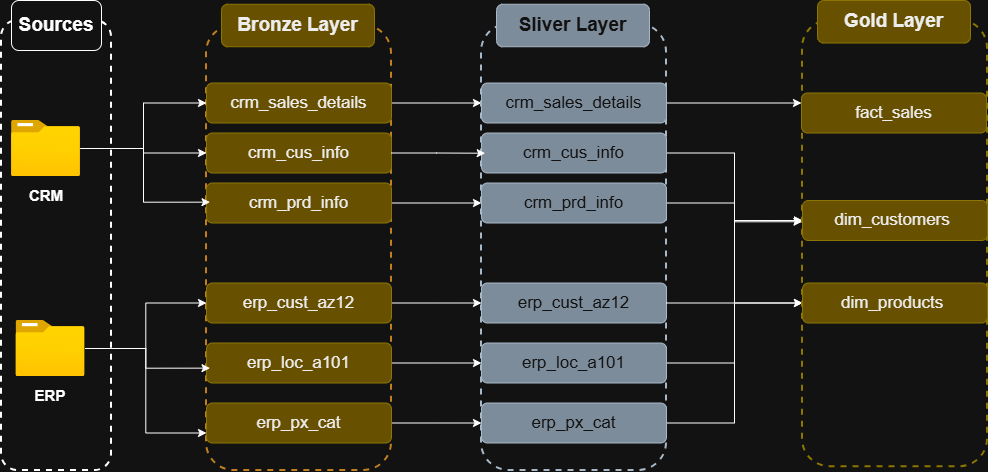
Before: docs/data flow.drawio.png, a diagram exported from draw.io (amalelsayeh20/sql-data-warehouse-project). Source tidied: cells renumbered, new cells last; positions are measured from the earlier drawing's top-left corner, leaving out a move shared by most shapes. Its diagram source:
```xml
<mxGraphModel>
  <root>
    <mxCell id="0" />
    <mxCell id="1" parent="0" />
    <mxCell id="2" value="&lt;div&gt;&lt;span style=&quot;color: rgba(0, 0, 0, 0); font-family: monospace; font-size: 0px; text-align: start; white-space: nowrap;&quot;&gt;%3CmxGraphModel%3E%3Croot%3E%3CmxCell%20id%3D%220%22%2F%3E%3CmxCell%20id%3D%221%22%20parent%3D%220%22%2F%3E%3CmxCell%20id%3D%222%22%20parent%3D%221%22%20style%3D%22image%3Baspect%3Dfixed%3Bhtml%3D1%3Bpoints%3D%5B%5D%3Balign%3Dcenter%3BfontSize%3D12%3Bimage%3Dimg%2Flib%2Fazure2%2Fgeneral%2FFolder_Blank.svg%3B%22%20value%3D%22%22%20vertex%3D%221%22%3E%3CmxGeometry%20height%3D%2256.00000000000001%22%20width%3D%2269%22%20x%3D%2285.5%22%20y%3D%22230%22%20as%3D%22geometry%22%2F%3E%3C%2FmxCell%3E%3CmxCell%20id%3D%223%22%20parent%3D%221%22%20style%3D%22text%3Bhtml%3D1%3BwhiteSpace%3Dwrap%3BstrokeColor%3Dnone%3BfillColor%3Dnone%3Balign%3Dcenter%3BverticalAlign%3Dmiddle%3Brounded%3D0%3B%22%20value%3D%22%26lt%3Bb%26gt%3B%26lt%3Bfont%20style%3D%26quot%3Bfont-size%3A%2015px%3B%26quot%3B%26gt%3BCRM%26lt%3B%2Ffont%26gt%3B%26lt%3B%2Fb%26gt%3B%22%20vertex%3D%221%22%3E%3CmxGeometry%20height%3D%2230%22%20width%3D%2260%22%20x%3D%2290%22%20y%3D%22290%22%20as%3D%22geometry%22%2F%3E%3C%2FmxCell%3E%3C%2Froot%3E%3C%2FmxGraphModel%3E&lt;/span&gt;&lt;b&gt;&lt;font style=&quot;font-size: 17px;&quot;&gt;&lt;/font&gt;&lt;/b&gt;&lt;/div&gt;" style="rounded=1;whiteSpace=wrap;html=1;fillColor=none;strokeWidth=2;dashed=1;" parent="1" vertex="1">
      <mxGeometry y="20" width="110" height="450" as="geometry" />
    </mxCell>
    <mxCell id="3" style="rounded=1;whiteSpace=wrap;html=1;fillColor=none;strokeWidth=2;dashed=1;fontColor=#000000;strokeColor=#BD7000;" parent="1" vertex="1">
      <mxGeometry x="205" y="25" width="185" height="445" as="geometry" />
    </mxCell>
    <mxCell id="4" value="&lt;font style=&quot;font-size: 19px;&quot;&gt;&lt;b style=&quot;&quot;&gt;Sources&lt;/b&gt;&lt;/font&gt;" style="rounded=1;whiteSpace=wrap;html=1;" parent="1" vertex="1">
      <mxGeometry x="10" width="90" height="50" as="geometry" />
    </mxCell>
    <mxCell id="5" style="edgeStyle=orthogonalEdgeStyle;rounded=0;jettySize=auto;html=1;" parent="1" edge="1" source="7" target="17">
      <mxGeometry relative="1" as="geometry" />
    </mxCell>
    <mxCell id="6" style="edgeStyle=orthogonalEdgeStyle;rounded=0;jettySize=auto;html=1;" parent="1" edge="1" source="7" target="15">
      <mxGeometry relative="1" as="geometry" />
    </mxCell>
    <mxCell id="7" style="image;html=1;points=[];align=center;fontSize=12;image=img/lib/azure2/general/Folder_Blank.svg;" parent="1" vertex="1">
      <mxGeometry x="10" y="120" width="69" height="56" as="geometry" />
    </mxCell>
    <mxCell id="8" value="&lt;b&gt;&lt;font style=&quot;font-size: 15px;&quot;&gt;CRM&lt;/font&gt;&lt;/b&gt;" style="text;html=1;whiteSpace=wrap;strokeColor=none;fillColor=none;align=center;verticalAlign=middle;rounded=0;" parent="1" vertex="1">
      <mxGeometry x="14.5" y="180" width="60" height="30" as="geometry" />
    </mxCell>
    <mxCell id="9" style="edgeStyle=orthogonalEdgeStyle;rounded=0;jettySize=auto;html=1;" parent="1" edge="1" source="11" target="21">
      <mxGeometry relative="1" as="geometry" />
    </mxCell>
    <mxCell id="10" style="edgeStyle=orthogonalEdgeStyle;rounded=0;jettySize=auto;html=1;entryX=0;entryY=0.75;entryDx=0;entryDy=0;" parent="1" edge="1" source="11" target="25">
      <mxGeometry relative="1" as="geometry" />
    </mxCell>
    <mxCell id="11" style="image;html=1;points=[];align=center;fontSize=12;image=img/lib/azure2/general/Folder_Blank.svg;" parent="1" vertex="1">
      <mxGeometry x="14.5" y="320" width="69" height="56" as="geometry" />
    </mxCell>
    <mxCell id="12" value="&lt;span style=&quot;font-size: 15px;&quot;&gt;&lt;b&gt;ERP&lt;/b&gt;&lt;/span&gt;" style="text;html=1;whiteSpace=wrap;strokeColor=none;fillColor=none;align=center;verticalAlign=middle;rounded=0;" parent="1" vertex="1">
      <mxGeometry x="19" y="380" width="60" height="30" as="geometry" />
    </mxCell>
    <mxCell id="13" style="edgeStyle=orthogonalEdgeStyle;rounded=0;orthogonalLoop=1;jettySize=auto;html=1;exitX=0.5;exitY=1;exitDx=0;exitDy=0;" parent="1" edge="1" source="12" target="12">
      <mxGeometry relative="1" as="geometry" />
    </mxCell>
    <mxCell id="14" value="&lt;font style=&quot;font-size: 19px;&quot;&gt;&lt;b&gt;Bronze Layer&lt;/b&gt;&lt;/font&gt;" style="rounded=1;whiteSpace=wrap;html=1;fillColor=#e3c800;strokeColor=#B09500;fontColor=#000000;" parent="1" vertex="1">
      <mxGeometry x="220" y="3.8" width="153" height="42.5" as="geometry" />
    </mxCell>
    <mxCell id="15" value="&lt;span style=&quot;font-size: 17px;&quot;&gt;crm_cus_info&lt;/span&gt;" style="rounded=1;whiteSpace=wrap;html=1;fillColor=#e3c800;strokeColor=#B09500;fontColor=#000000;" parent="1" vertex="1">
      <mxGeometry x="205" y="132.5" width="185" height="40" as="geometry" />
    </mxCell>
    <mxCell id="16" style="edgeStyle=orthogonalEdgeStyle;rounded=0;jettySize=auto;html=1;exitX=1;exitY=0.5;exitDx=0;exitDy=0;entryX=0;entryY=0.5;entryDx=0;entryDy=0;" parent="1" edge="1" source="17" target="33">
      <mxGeometry relative="1" as="geometry" />
    </mxCell>
    <mxCell id="17" value="&lt;font style=&quot;font-size: 17px;&quot;&gt;crm_sales_details&lt;/font&gt;" style="rounded=1;whiteSpace=wrap;html=1;fillColor=#e3c800;strokeColor=#B09500;fontColor=#000000;" parent="1" vertex="1">
      <mxGeometry x="205" y="82.5" width="185" height="40" as="geometry" />
    </mxCell>
    <mxCell id="18" style="edgeStyle=orthogonalEdgeStyle;rounded=0;jettySize=auto;html=1;" parent="1" edge="1" source="19" target="35">
      <mxGeometry relative="1" as="geometry" />
    </mxCell>
    <mxCell id="19" value="&lt;span style=&quot;font-size: 17px;&quot;&gt;crm_prd_info&lt;/span&gt;" style="rounded=1;whiteSpace=wrap;html=1;fillColor=#e3c800;strokeColor=#B09500;fontColor=#000000;" parent="1" vertex="1">
      <mxGeometry x="205" y="182.5" width="185" height="40" as="geometry" />
    </mxCell>
    <mxCell id="20" style="edgeStyle=orthogonalEdgeStyle;rounded=0;jettySize=auto;html=1;" parent="1" edge="1" source="21" target="36">
      <mxGeometry relative="1" as="geometry" />
    </mxCell>
    <mxCell id="21" value="&lt;span style=&quot;font-size: 17px;&quot;&gt;erp_cust_az12&lt;/span&gt;" style="rounded=1;whiteSpace=wrap;html=1;fillColor=#e3c800;strokeColor=#B09500;fontColor=#000000;" parent="1" vertex="1">
      <mxGeometry x="205" y="282.5" width="185" height="40" as="geometry" />
    </mxCell>
    <mxCell id="22" style="edgeStyle=orthogonalEdgeStyle;rounded=0;jettySize=auto;html=1;" parent="1" edge="1" source="23" target="38">
      <mxGeometry relative="1" as="geometry" />
    </mxCell>
    <mxCell id="23" value="&lt;span style=&quot;font-size: 17px;&quot;&gt;erp_loc_a101&lt;/span&gt;" style="rounded=1;whiteSpace=wrap;html=1;fillColor=#e3c800;strokeColor=#B09500;fontColor=#000000;" parent="1" vertex="1">
      <mxGeometry x="205" y="342.5" width="185" height="40" as="geometry" />
    </mxCell>
    <mxCell id="24" style="edgeStyle=orthogonalEdgeStyle;rounded=0;jettySize=auto;html=1;" parent="1" edge="1" source="25" target="40">
      <mxGeometry relative="1" as="geometry" />
    </mxCell>
    <mxCell id="25" value="&lt;span style=&quot;font-size: 17px;&quot;&gt;erp_px_cat&lt;/span&gt;" style="rounded=1;whiteSpace=wrap;html=1;fillColor=#e3c800;strokeColor=#B09500;fontColor=#000000;" parent="1" vertex="1">
      <mxGeometry x="205" y="402.5" width="185" height="40" as="geometry" />
    </mxCell>
    <mxCell id="26" style="edgeStyle=orthogonalEdgeStyle;rounded=0;jettySize=auto;html=1;entryX=0.019;entryY=0.397;entryDx=0;entryDy=0;entryPerimeter=0;" parent="1" edge="1" source="7" target="3">
      <mxGeometry relative="1" as="geometry" />
    </mxCell>
    <mxCell id="27" style="edgeStyle=orthogonalEdgeStyle;rounded=0;jettySize=auto;html=1;entryX=0.019;entryY=0.77;entryDx=0;entryDy=0;entryPerimeter=0;" parent="1" edge="1" source="11" target="3">
      <mxGeometry relative="1" as="geometry" />
    </mxCell>
    <mxCell id="28" value="س" style="rounded=1;whiteSpace=wrap;html=1;fillColor=none;strokeWidth=2;dashed=1;strokeColor=#314354;fontColor=#ffffff;" parent="1" vertex="1">
      <mxGeometry x="480" y="23.8" width="185" height="446.2" as="geometry" />
    </mxCell>
    <mxCell id="29" value="&lt;font style=&quot;font-size: 19px;&quot;&gt;&lt;b&gt;Sliver Layer&lt;/b&gt;&lt;/font&gt;" style="rounded=1;whiteSpace=wrap;html=1;fillColor=#647687;strokeColor=#314354;fontColor=#ffffff;" parent="1" vertex="1">
      <mxGeometry x="495" y="3.8" width="153" height="42.5" as="geometry" />
    </mxCell>
    <mxCell id="30" style="edgeStyle=orthogonalEdgeStyle;rounded=0;jettySize=auto;html=1;entryX=0;entryY=0.5;entryDx=0;entryDy=0;" parent="1" edge="1" source="31" target="44">
      <mxGeometry relative="1" as="geometry" />
    </mxCell>
    <mxCell id="31" value="&lt;span style=&quot;font-size: 17px;&quot;&gt;crm_cus_info&lt;/span&gt;" style="rounded=1;whiteSpace=wrap;html=1;fillColor=#647687;strokeColor=#314354;fontColor=#ffffff;" parent="1" vertex="1">
      <mxGeometry x="480" y="132.5" width="185" height="40" as="geometry" />
    </mxCell>
    <mxCell id="32" style="edgeStyle=orthogonalEdgeStyle;rounded=0;jettySize=auto;html=1;entryX=0;entryY=0.25;entryDx=0;entryDy=0;" parent="1" edge="1" source="33" target="43">
      <mxGeometry relative="1" as="geometry" />
    </mxCell>
    <mxCell id="33" value="&lt;font style=&quot;font-size: 17px;&quot;&gt;crm_sales_details&lt;/font&gt;" style="rounded=1;whiteSpace=wrap;html=1;fillColor=#647687;strokeColor=#314354;fontColor=#ffffff;" parent="1" vertex="1">
      <mxGeometry x="480" y="82.5" width="185" height="40" as="geometry" />
    </mxCell>
    <mxCell id="34" style="edgeStyle=orthogonalEdgeStyle;rounded=0;jettySize=auto;html=1;entryX=0;entryY=0.5;entryDx=0;entryDy=0;" parent="1" edge="1" source="35" target="45">
      <mxGeometry relative="1" as="geometry" />
    </mxCell>
    <mxCell id="35" value="&lt;span style=&quot;font-size: 17px;&quot;&gt;crm_prd_info&lt;/span&gt;" style="rounded=1;whiteSpace=wrap;html=1;fillColor=#647687;strokeColor=#314354;fontColor=#ffffff;" parent="1" vertex="1">
      <mxGeometry x="480" y="182.5" width="185" height="40" as="geometry" />
    </mxCell>
    <mxCell id="36" value="&lt;span style=&quot;font-size: 17px;&quot;&gt;erp_cust_az12&lt;/span&gt;" style="rounded=1;whiteSpace=wrap;html=1;fillColor=#647687;strokeColor=#314354;fontColor=#ffffff;" parent="1" vertex="1">
      <mxGeometry x="480" y="282.5" width="185" height="40" as="geometry" />
    </mxCell>
    <mxCell id="37" style="edgeStyle=orthogonalEdgeStyle;rounded=0;jettySize=auto;html=1;entryX=0;entryY=0.5;entryDx=0;entryDy=0;" parent="1" edge="1" source="38" target="44">
      <mxGeometry relative="1" as="geometry" />
    </mxCell>
    <mxCell id="38" value="&lt;span style=&quot;font-size: 17px;&quot;&gt;erp_loc_a101&lt;/span&gt;" style="rounded=1;whiteSpace=wrap;html=1;fillColor=#647687;strokeColor=#314354;fontColor=#ffffff;" parent="1" vertex="1">
      <mxGeometry x="480" y="342.5" width="185" height="40" as="geometry" />
    </mxCell>
    <mxCell id="39" style="edgeStyle=orthogonalEdgeStyle;rounded=0;jettySize=auto;html=1;entryX=0;entryY=0.5;entryDx=0;entryDy=0;" parent="1" edge="1" source="40" target="45">
      <mxGeometry relative="1" as="geometry" />
    </mxCell>
    <mxCell id="40" value="&lt;span style=&quot;font-size: 17px;&quot;&gt;erp_px_cat&lt;/span&gt;" style="rounded=1;whiteSpace=wrap;html=1;fillColor=#647687;strokeColor=#314354;fontColor=#ffffff;" parent="1" vertex="1">
      <mxGeometry x="480" y="402.5" width="185" height="40" as="geometry" />
    </mxCell>
    <mxCell id="41" style="rounded=1;whiteSpace=wrap;html=1;fillColor=none;strokeWidth=2;dashed=1;strokeColor=#B09500;fontColor=#000000;" parent="1" vertex="1">
      <mxGeometry x="801" y="20" width="185" height="446.2" as="geometry" />
    </mxCell>
    <mxCell id="42" value="&lt;span style=&quot;font-size: 19px;&quot;&gt;&lt;b&gt;Gold Layer&lt;/b&gt;&lt;/span&gt;" style="rounded=1;whiteSpace=wrap;html=1;fillColor=#e3c800;strokeColor=#B09500;fontColor=#000000;" parent="1" vertex="1">
      <mxGeometry x="816" width="153" height="42.5" as="geometry" />
    </mxCell>
    <mxCell id="43" value="&lt;span style=&quot;font-size: 17px;&quot;&gt;fact_sales&lt;/span&gt;" style="rounded=1;whiteSpace=wrap;html=1;fillColor=#e3c800;strokeColor=#B09500;fontColor=#000000;" parent="1" vertex="1">
      <mxGeometry x="800" y="92.5" width="185" height="40" as="geometry" />
    </mxCell>
    <mxCell id="44" value="&lt;span style=&quot;font-size: 17px;&quot;&gt;dim_customers&amp;nbsp;&lt;/span&gt;" style="rounded=1;whiteSpace=wrap;html=1;fillColor=#e3c800;strokeColor=#B09500;fontColor=#000000;" parent="1" vertex="1">
      <mxGeometry x="801" y="200" width="185" height="40" as="geometry" />
    </mxCell>
    <mxCell id="45" value="&lt;span style=&quot;font-size: 17px;&quot;&gt;dim_products&amp;nbsp;&lt;/span&gt;" style="rounded=1;whiteSpace=wrap;html=1;fillColor=#e3c800;strokeColor=#B09500;fontColor=#000000;" parent="1" vertex="1">
      <mxGeometry x="801" y="282.5" width="185" height="40" as="geometry" />
    </mxCell>
    <mxCell id="46" style="edgeStyle=orthogonalEdgeStyle;rounded=0;jettySize=auto;html=1;entryX=0.02;entryY=0.289;entryDx=0;entryDy=0;entryPerimeter=0;" parent="1" edge="1" source="15" target="28">
      <mxGeometry relative="1" as="geometry" />
    </mxCell>
    <mxCell id="47" style="edgeStyle=orthogonalEdgeStyle;rounded=0;jettySize=auto;html=1;entryX=-0.003;entryY=0.451;entryDx=0;entryDy=0;entryPerimeter=0;" parent="1" edge="1" source="36" target="41">
      <mxGeometry relative="1" as="geometry" />
    </mxCell>
  </root>
</mxGraphModel>
```
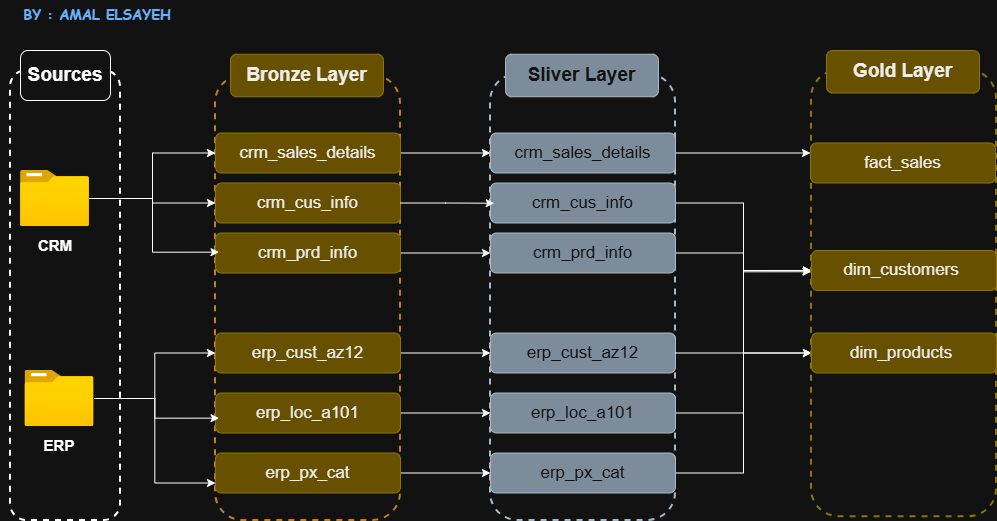
After the change.

Commit message:
data flow

Change to the diagram source:
```diff
@@ -140,5 +140,8 @@
     <mxCell id="47" style="edgeStyle=orthogonalEdgeStyle;rounded=0;jettySize=auto;html=1;entryX=-0.003;entryY=0.451;entryDx=0;entryDy=0;entryPerimeter=0;" parent="1" edge="1" source="36" target="41">
       <mxGeometry relative="1" as="geometry" />
     </mxCell>
+    <mxCell id="48" value="&lt;b style=&quot;&quot;&gt;&lt;font face=&quot;Comic Sans MS&quot; style=&quot;background-color: light-dark(#ffffff, var(--ge-dark-color, #121212)); color: light-dark(rgb(0, 0, 0), rgb(102, 178, 255)); font-size: 14px;&quot;&gt;BY : AMAL ELSAYEH&lt;/font&gt;&lt;/b&gt;" style="text;html=1;whiteSpace=wrap;strokeColor=none;fillColor=none;align=center;verticalAlign=middle;rounded=0;" parent="1" vertex="1">
+      <mxGeometry x="-10" y="-50" width="194" height="30" as="geometry" />
+    </mxCell>
   </root>
 </mxGraphModel>
```
